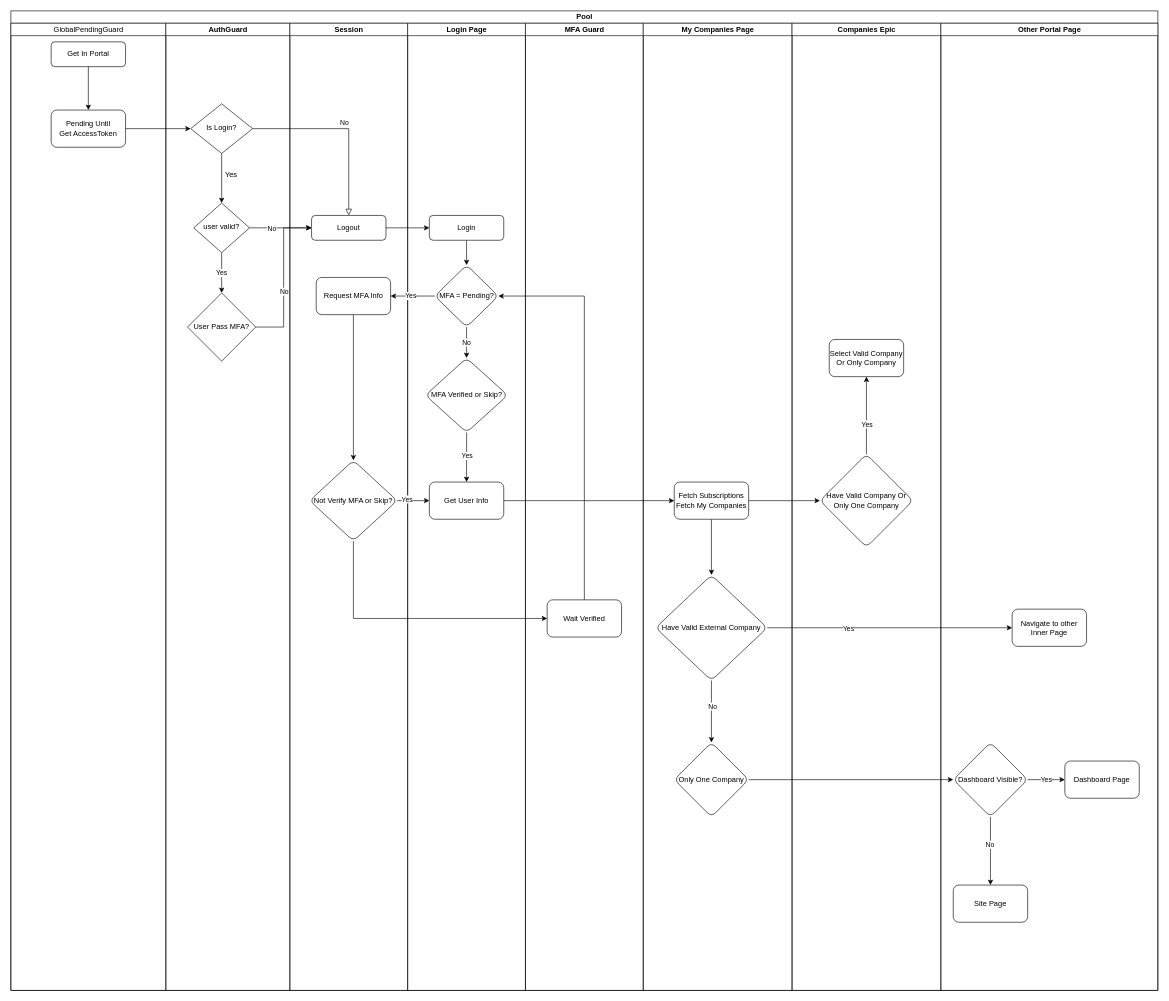
Above: Portal-Login.drawio in SmileSB1O1/draw-active (draw.io), before the change. Source tidied: cells renumbered, new cells numbered last; positions are measured from the earlier drawing's top-left corner, leaving out a move shared by most shapes. Both pictures are drawn from the tidied source at 62%, with x=0, y=0 at pixel (11, 11).
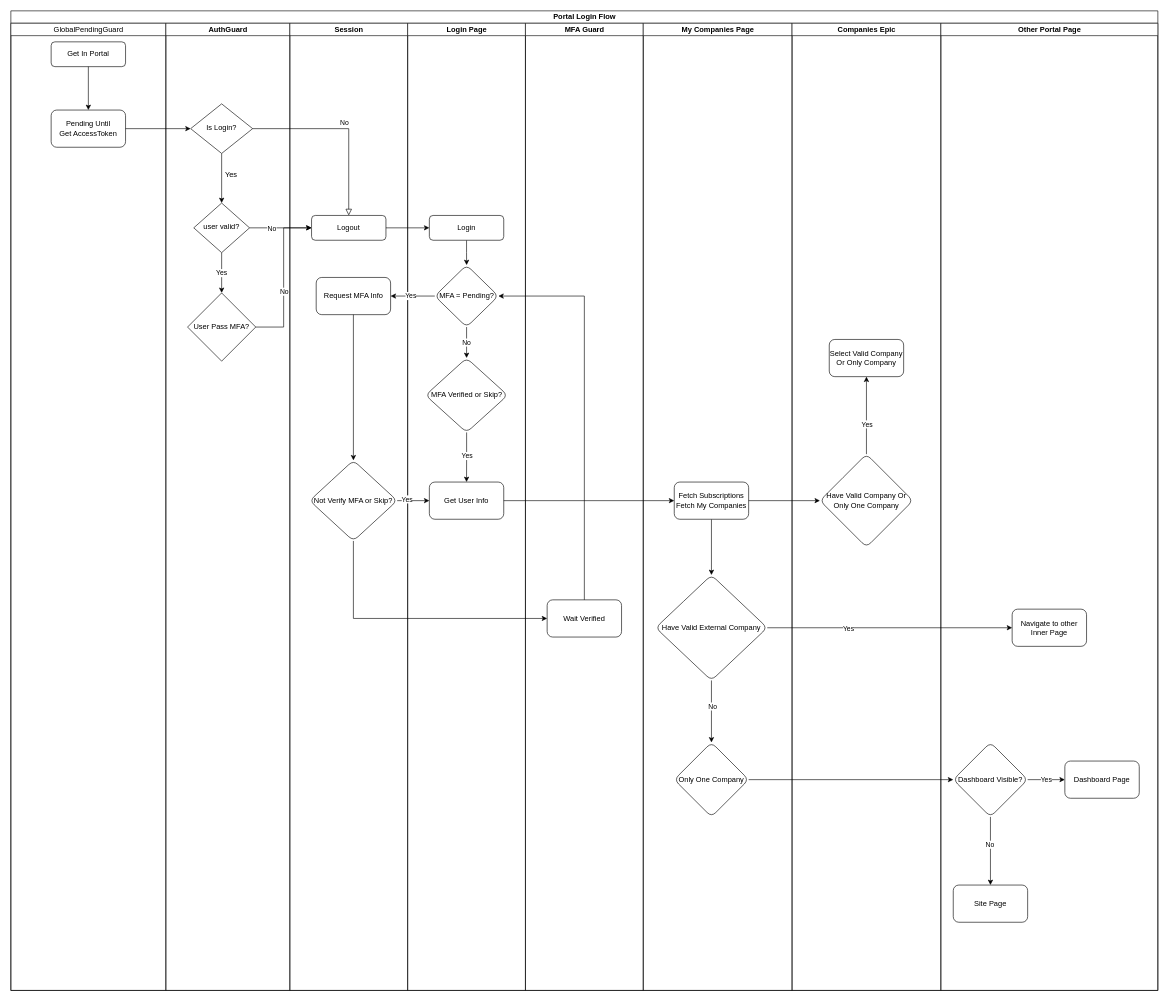
The same page after the edit.

Change to the diagram source:
```diff
@@
-    <mxCell id="2" value="Pool" style="swimlane;startSize=20;html=1;" parent="1" vertex="1">
+    <mxCell id="2" value="Portal Login Flow" style="swimlane;startSize=20;html=1;" parent="1" vertex="1">
       <mxGeometry width="1850" height="1580" as="geometry" />
     </mxCell>
```
